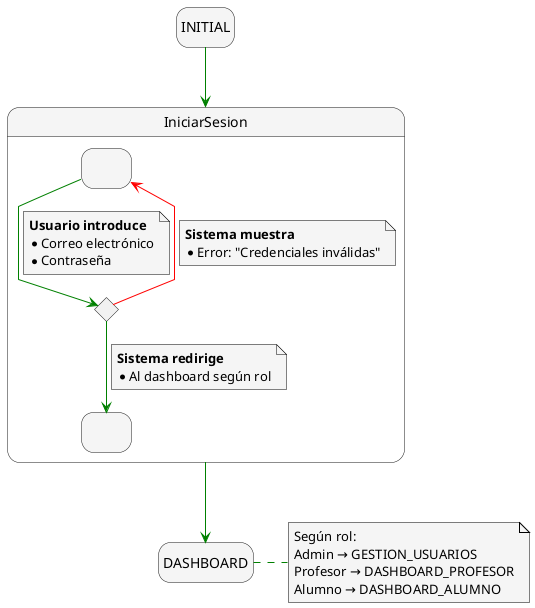
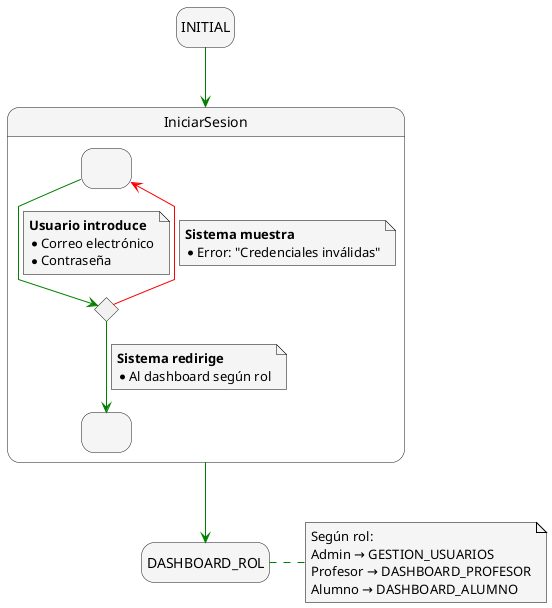
@startuml CU-01_IniciarSesion
skinparam {
    NoteBackgroundColor #whiteSmoke
    ArrowColor #green
    NoteBorderColor #black
    linetype polyline
}

skinparam state {
    BackgroundColor #whiteSmoke
}

hide empty description

state startState as "INITIAL"
- state endState as "DASHBOARD"
+ state endState as "DASHBOARD_ROL"

startState -down-> IniciarSesion

state IniciarSesion {
    state IngresoCredenciales as " "
    state ValidarCredenciales <<choice>>
    state SesionIniciada as " "

    IngresoCredenciales --> ValidarCredenciales
    note on link
        <b>Usuario introduce</b>
        * Correo electrónico
        * Contraseña
    end note

    ValidarCredenciales -[#red]-> IngresoCredenciales
    note on link
        <b>Sistema muestra</b>
        * Error: "Credenciales inválidas"
    end note

    ValidarCredenciales --> SesionIniciada
    note on link
        <b>Sistema redirige</b>
        * Al dashboard según rol
    end note
}

IniciarSesion -down-> endState

note right of endState
  Según rol:
  Admin → GESTION_USUARIOS
  Profesor → DASHBOARD_PROFESOR
  Alumno → DASHBOARD_ALUMNO
end note

@enduml